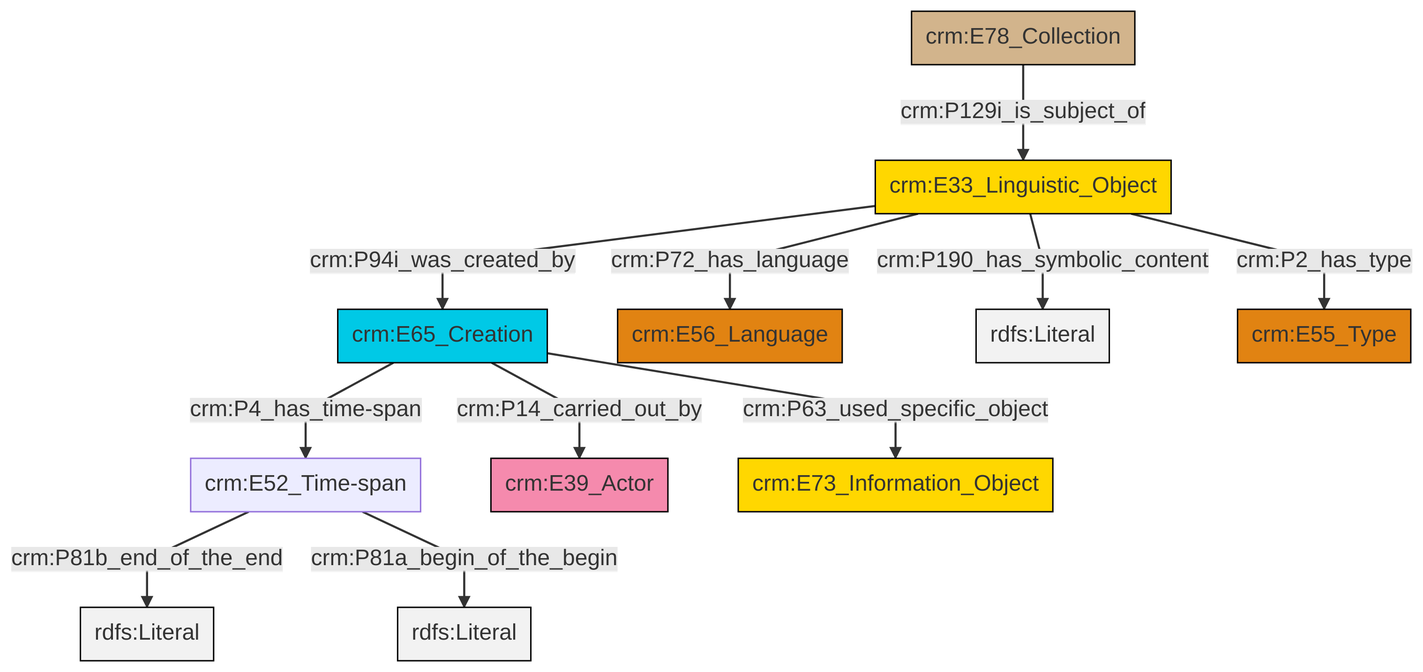
The Mermaid diagram et/archivalCSV/ttl/mmd/png/archival_desc.png in swiss-art-research-net/docs.swissartresearch, before a commit. Its source is kept beside it as et/archivalCSV/ttl/mmd/archival_desc.ttl.mmd.
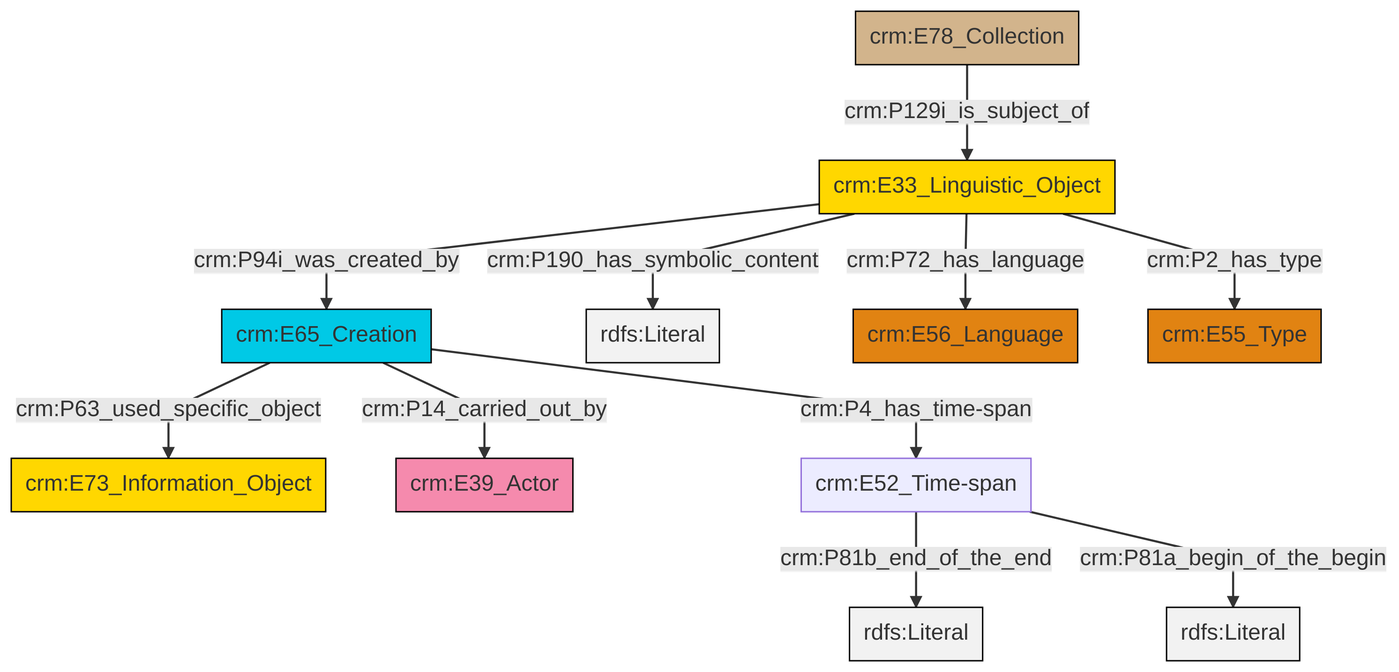
Above is the later version.

Change to the diagram source:
```diff
@@ -13,13 +13,13 @@
 classDef PC_Classes fill:#4ce600, stroke:#000000;
 classDef Multi fill:#cccccc,stroke:#000000;
 
-2["crm:E78_Collection"]:::Physical_Thing -->|crm:P129i_is_subject_of| 4["crm:E33_Linguistic_Object"]:::Conceptual_Object
-0["crm:E52_Time-span"]:::Default -->|crm:P81b_end_of_the_end| 7[rdfs:Literal]:::Literal
-4["crm:E33_Linguistic_Object"]:::Conceptual_Object -->|crm:P190_has_symbolic_content| 10[rdfs:Literal]:::Literal
-5["crm:E65_Creation"]:::Temporal_Entity -->|crm:P14_carried_out_by| 11["crm:E39_Actor"]:::Actor
-4["crm:E33_Linguistic_Object"]:::Conceptual_Object -->|crm:P94i_was_created_by| 5["crm:E65_Creation"]:::Temporal_Entity
-5["crm:E65_Creation"]:::Temporal_Entity -->|crm:P4_has_time-span| 0["crm:E52_Time-span"]:::Default
-5["crm:E65_Creation"]:::Temporal_Entity -->|crm:P63_used_specific_object| 14["crm:E73_Information_Object"]:::Conceptual_Object
-4["crm:E33_Linguistic_Object"]:::Conceptual_Object -->|crm:P2_has_type| 12["crm:E55_Type"]:::Type
-0["crm:E52_Time-span"]:::Default -->|crm:P81a_begin_of_the_begin| 17[rdfs:Literal]:::Literal
-4["crm:E33_Linguistic_Object"]:::Conceptual_Object -->|crm:P72_has_language| 8["crm:E56_Language"]:::Type
+0["crm:E65_Creation"]:::Temporal_Entity -->|crm:P63_used_specific_object| 1["crm:E73_Information_Object"]:::Conceptual_Object
+2["crm:E33_Linguistic_Object"]:::Conceptual_Object -->|crm:P190_has_symbolic_content| 3[rdfs:Literal]:::Literal
+0["crm:E65_Creation"]:::Temporal_Entity -->|crm:P14_carried_out_by| 4["crm:E39_Actor"]:::Actor
+2["crm:E33_Linguistic_Object"]:::Conceptual_Object -->|crm:P72_has_language| 6["crm:E56_Language"]:::Type
+7["crm:E78_Collection"]:::Physical_Thing -->|crm:P129i_is_subject_of| 2["crm:E33_Linguistic_Object"]:::Conceptual_Object
+13["crm:E52_Time-span"]:::Default -->|crm:P81b_end_of_the_end| 14[rdfs:Literal]:::Literal
+0["crm:E65_Creation"]:::Temporal_Entity -->|crm:P4_has_time-span| 13["crm:E52_Time-span"]:::Default
+2["crm:E33_Linguistic_Object"]:::Conceptual_Object -->|crm:P94i_was_created_by| 0["crm:E65_Creation"]:::Temporal_Entity
+2["crm:E33_Linguistic_Object"]:::Conceptual_Object -->|crm:P2_has_type| 16["crm:E55_Type"]:::Type
+13["crm:E52_Time-span"]:::Default -->|crm:P81a_begin_of_the_begin| 18[rdfs:Literal]:::Literal
```
